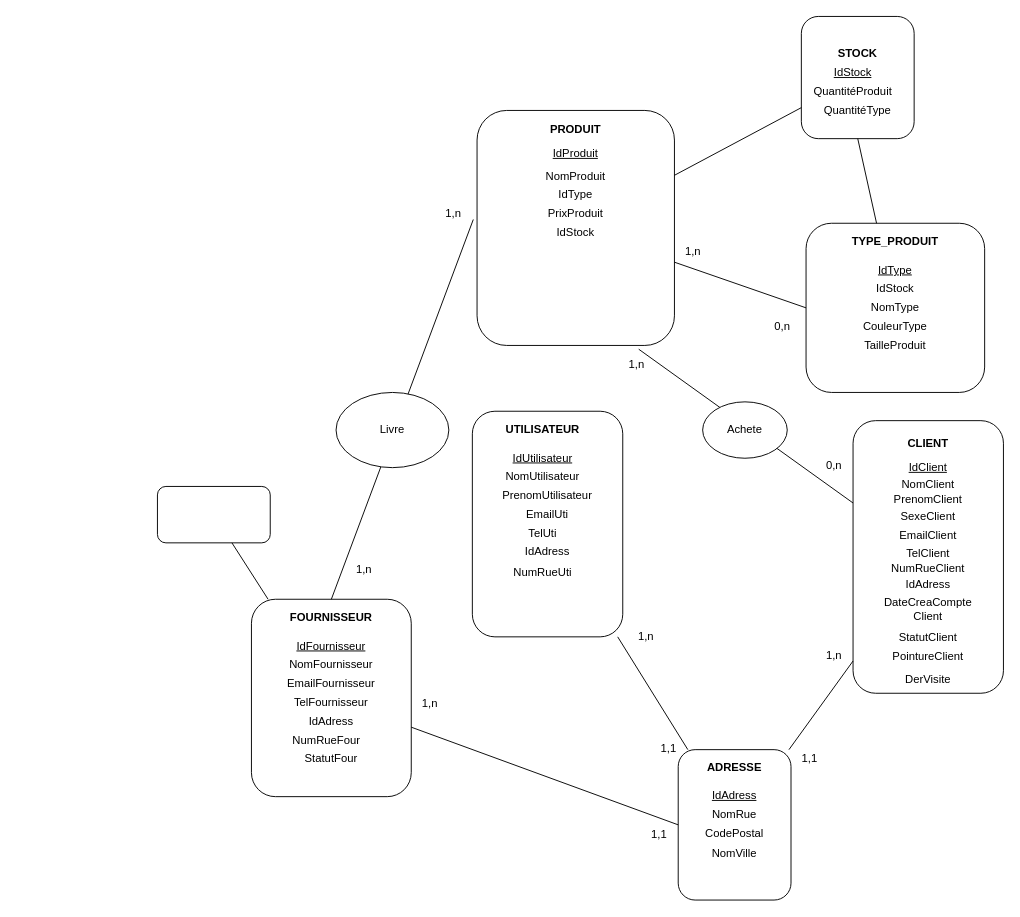
The draw.io diagram Untitled Diagram.drawio in gui-lef/Groupe6, before the edit. Source tidied: cells renumbered, new cells numbered last; positions are measured from the earlier drawing's top-left corner, leaving out a move shared by most shapes. Both pictures are drawn from the tidied source at 94%, with x=0, y=0 at pixel (157, 16).
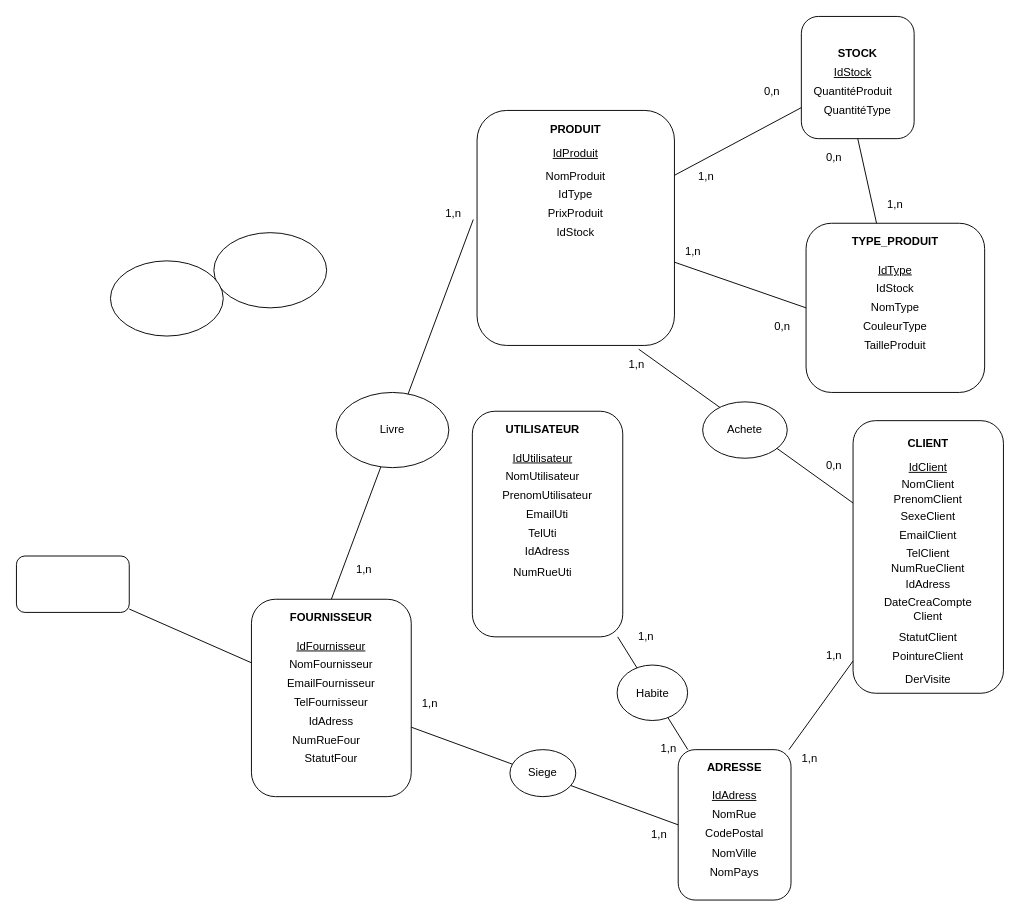
The same page after the edit.

What changed in the source:
```diff
@@
     <mxCell id="44" style="rounded=1;whiteSpace=wrap;html=1;" parent="1" vertex="1">
-      <mxGeometry y="500" width="120" height="60" as="geometry" />
+      <mxGeometry x="-150" y="574" width="120" height="60" as="geometry" />
     </mxCell>
@@
-    <mxCell id="72" value="1,1" style="text;html=1;strokeColor=none;fillColor=none;align=center;verticalAlign=middle;whiteSpace=wrap;rounded=0;" parent="1" vertex="1">
+    <mxCell id="72" value="1,n" style="text;html=1;strokeColor=none;fillColor=none;align=center;verticalAlign=middle;whiteSpace=wrap;rounded=0;" parent="1" vertex="1">
       <mxGeometry x="514" y="861" width="40" height="20" as="geometry" />
     </mxCell>
@@
-    <mxCell id="76" value="1,1" style="text;html=1;strokeColor=none;fillColor=none;align=center;verticalAlign=middle;whiteSpace=wrap;rounded=0;" parent="1" vertex="1">
+    <mxCell id="76" value="1,n" style="text;html=1;strokeColor=none;fillColor=none;align=center;verticalAlign=middle;whiteSpace=wrap;rounded=0;" parent="1" vertex="1">
       <mxGeometry x="674" y="780" width="40" height="20" as="geometry" />
     </mxCell>
-    <mxCell id="77" value="1,1" style="text;html=1;strokeColor=none;fillColor=none;align=center;verticalAlign=middle;whiteSpace=wrap;rounded=0;" parent="1" vertex="1">
+    <mxCell id="77" value="1,n" style="text;html=1;strokeColor=none;fillColor=none;align=center;verticalAlign=middle;whiteSpace=wrap;rounded=0;" parent="1" vertex="1">
       <mxGeometry x="524" y="769" width="40" height="20" as="geometry" />
     </mxCell>
@@
+    <mxCell id="84" value="NomPays" style="text;html=1;strokeColor=none;fillColor=none;align=center;verticalAlign=middle;whiteSpace=wrap;rounded=0;" parent="1" vertex="1">
+      <mxGeometry x="594" y="901" width="40" height="20" as="geometry" />
+    </mxCell>
+    <mxCell id="85" value="1,n" style="text;html=1;strokeColor=none;fillColor=none;align=center;verticalAlign=middle;whiteSpace=wrap;rounded=0;" parent="1" vertex="1">
+      <mxGeometry x="765" y="190" width="40" height="20" as="geometry" />
+    </mxCell>
+    <mxCell id="86" value="0,n" style="text;html=1;strokeColor=none;fillColor=none;align=center;verticalAlign=middle;whiteSpace=wrap;rounded=0;" parent="1" vertex="1">
+      <mxGeometry x="700" y="140" width="40" height="20" as="geometry" />
+    </mxCell>
+    <mxCell id="87" value="0,n" style="text;html=1;strokeColor=none;fillColor=none;align=center;verticalAlign=middle;whiteSpace=wrap;rounded=0;" parent="1" vertex="1">
+      <mxGeometry x="634" y="70" width="40" height="20" as="geometry" />
+    </mxCell>
+    <mxCell id="88" value="1,n" style="text;html=1;strokeColor=none;fillColor=none;align=center;verticalAlign=middle;whiteSpace=wrap;rounded=0;" parent="1" vertex="1">
+      <mxGeometry x="564" y="160" width="40" height="20" as="geometry" />
+    </mxCell>
+    <mxCell id="89" style="ellipse;whiteSpace=wrap;html=1;" parent="1" vertex="1">
+      <mxGeometry x="489" y="690" width="75" height="59" as="geometry" />
+    </mxCell>
+    <mxCell id="90" value="Habite" style="text;html=1;strokeColor=none;fillColor=none;align=center;verticalAlign=middle;whiteSpace=wrap;rounded=0;" parent="1" vertex="1">
+      <mxGeometry x="506.5" y="709.5" width="40" height="20" as="geometry" />
+    </mxCell>
+    <mxCell id="91" style="ellipse;whiteSpace=wrap;html=1;" parent="1" vertex="1">
+      <mxGeometry x="60" y="230" width="120" height="80" as="geometry" />
+    </mxCell>
+    <mxCell id="92" style="ellipse;whiteSpace=wrap;html=1;" parent="1" vertex="1">
+      <mxGeometry x="-50" y="260" width="120" height="80" as="geometry" />
+    </mxCell>
+    <mxCell id="93" style="ellipse;whiteSpace=wrap;html=1;" parent="1" vertex="1">
+      <mxGeometry x="375" y="780" width="70" height="50" as="geometry" />
+    </mxCell>
+    <mxCell id="94" value="Siege" style="text;html=1;strokeColor=none;fillColor=none;align=center;verticalAlign=middle;whiteSpace=wrap;rounded=0;" parent="1" vertex="1">
+      <mxGeometry x="390" y="795" width="40" height="20" as="geometry" />
+    </mxCell>
```
